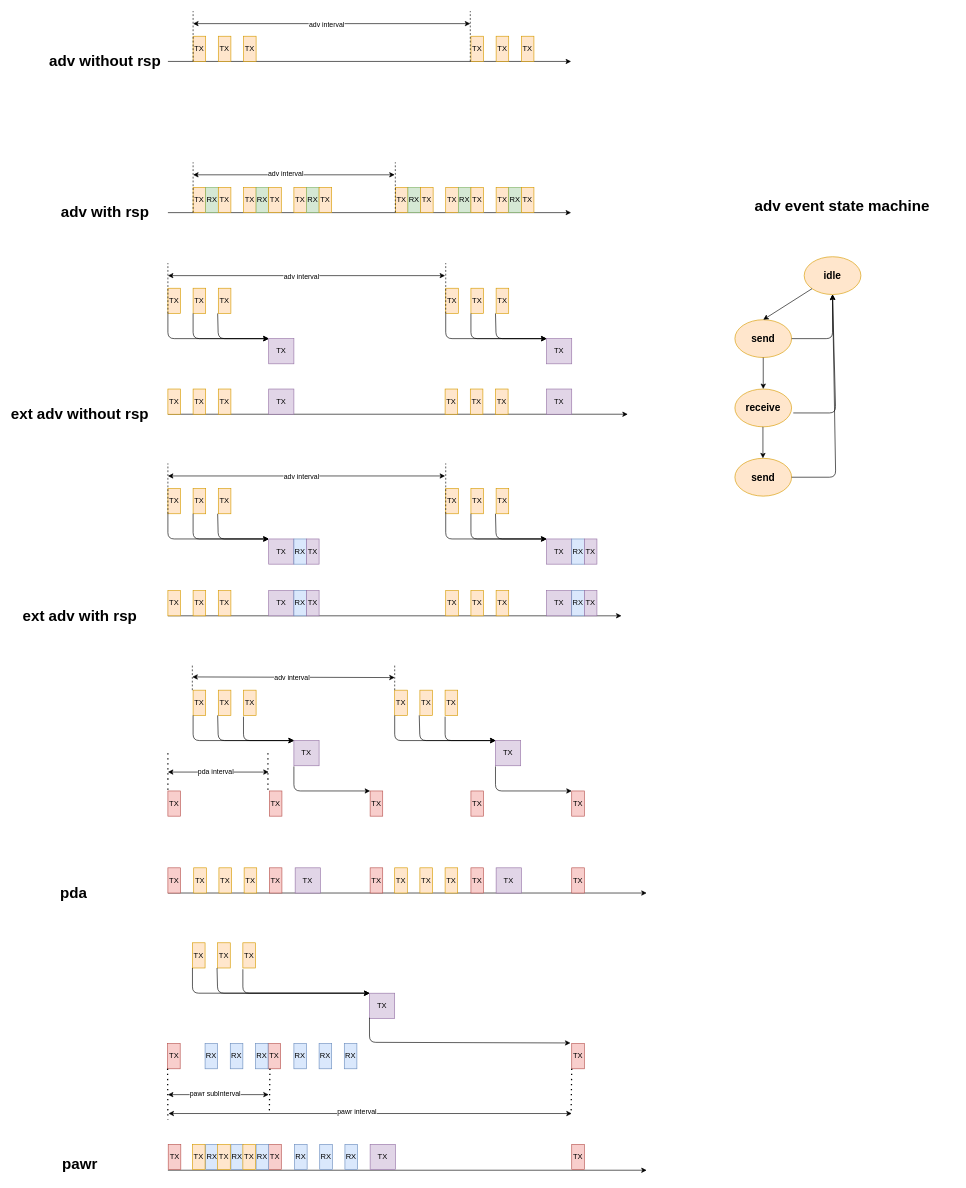
The draw.io diagram system/ble/controller/ll/module/adv/adv.drawio in Coy681/tx_ble, before the edit. Source tidied: cells renumbered, new cells numbered last; positions are measured from the earlier drawing's top-left corner, leaving out a move shared by most shapes. Both pictures are drawn from the tidied source at 63%, with x=0, y=0 at pixel (42, 11).
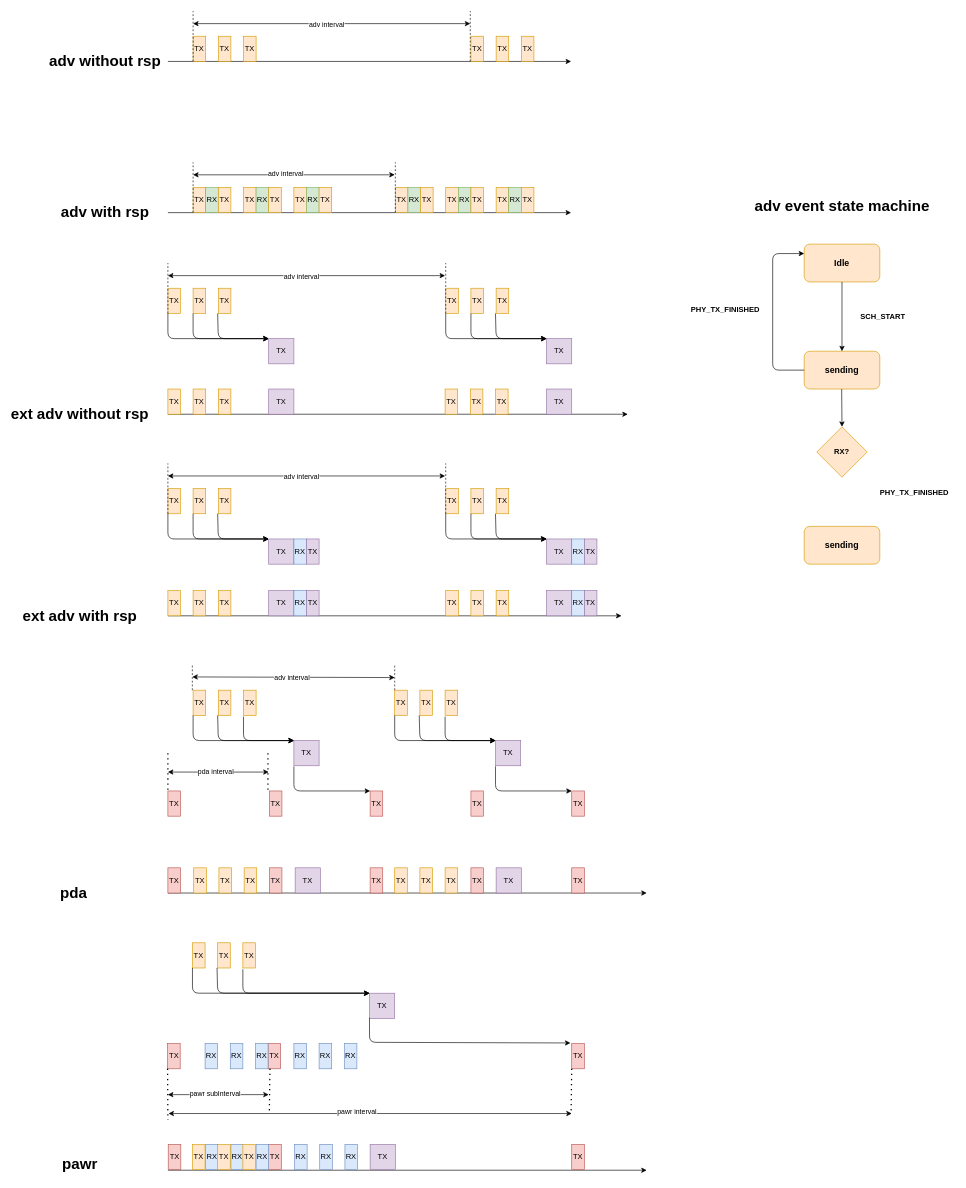
Above is the later version.

Diff of the diagram source:
```diff
@@
-    <mxCell id="185" value="idle" style="ellipse;whiteSpace=wrap;html=1;fillColor=#ffe6cc;strokeColor=#d79b00;fontStyle=1;fontSize=16;" parent="1" vertex="1">
-      <mxGeometry x="1210" y="390" width="90" height="60" as="geometry" />
-    </mxCell>
@@
-    <mxCell id="187" value="send" style="ellipse;whiteSpace=wrap;html=1;fillColor=#ffe6cc;strokeColor=#d79b00;fontStyle=1;fontSize=16;" parent="1" vertex="1">
-      <mxGeometry x="1100" y="490" width="90" height="60" as="geometry" />
-    </mxCell>
-    <mxCell id="188" value="receive" style="ellipse;whiteSpace=wrap;html=1;fillColor=#ffe6cc;strokeColor=#d79b00;fontStyle=1;fontSize=16;" parent="1" vertex="1">
-      <mxGeometry x="1100" y="600" width="90" height="60" as="geometry" />
-    </mxCell>
-    <mxCell id="189" value="send" style="ellipse;whiteSpace=wrap;html=1;fillColor=#ffe6cc;strokeColor=#d79b00;fontStyle=1;fontSize=16;" parent="1" vertex="1">
-      <mxGeometry x="1100" y="710" width="90" height="60" as="geometry" />
-    </mxCell>
-    <mxCell id="190" style="endArrow=classic;html=1;entryX=0.5;entryY=0;entryDx=0;entryDy=0;" parent="1" edge="1" source="185" target="187">
-      <mxGeometry relative="1" as="geometry" />
-    </mxCell>
-    <mxCell id="191" style="endArrow=classic;html=1;entryX=0.5;entryY=0;entryDx=0;entryDy=0;exitX=0.5;exitY=1;exitDx=0;exitDy=0;" parent="1" edge="1" source="187" target="188">
-      <mxGeometry relative="1" as="geometry" />
-    </mxCell>
-    <mxCell id="192" style="endArrow=classic;html=1;entryX=0.5;entryY=0;entryDx=0;entryDy=0;exitX=0.5;exitY=1;exitDx=0;exitDy=0;" parent="1" edge="1">
-      <mxGeometry relative="1" as="geometry">
-        <mxPoint x="1144.5" y="660" as="sourcePoint" />
-        <mxPoint x="1144.5" y="710" as="targetPoint" />
-      </mxGeometry>
-    </mxCell>
-    <mxCell id="193" style="endArrow=classic;html=1;entryX=0.5;entryY=1;entryDx=0;entryDy=0;" parent="1" edge="1" source="189" target="185">
-      <mxGeometry relative="1" as="geometry">
-        <Array as="points">
-          <mxPoint x="1260" y="740" />
-        </Array>
-      </mxGeometry>
-    </mxCell>
-    <mxCell id="194" style="endArrow=classic;html=1;exitX=1;exitY=0.5;exitDx=0;exitDy=0;entryX=0.5;entryY=1;entryDx=0;entryDy=0;" parent="1" edge="1" source="187" target="185">
-      <mxGeometry relative="1" as="geometry">
-        <Array as="points">
-          <mxPoint x="1255" y="520" />
-        </Array>
-      </mxGeometry>
-    </mxCell>
-    <mxCell id="195" style="endArrow=classic;html=1;entryX=0.5;entryY=1;entryDx=0;entryDy=0;exitX=1.03;exitY=0.633;exitDx=0;exitDy=0;exitPerimeter=0;" parent="1" edge="1" source="188" target="185">
-      <mxGeometry relative="1" as="geometry">
-        <Array as="points">
-          <mxPoint x="1260" y="638" />
-        </Array>
-      </mxGeometry>
+    <mxCell id="195" value="Idle" style="rounded=1;whiteSpace=wrap;html=1;fillColor=#ffe6cc;strokeColor=#d79b00;fontStyle=1;fontSize=14;" parent="1" vertex="1">
+      <mxGeometry x="1210" y="370" width="120" height="60" as="geometry" />
     </mxCell>
+    <mxCell id="196" value="sending" style="rounded=1;whiteSpace=wrap;html=1;fillColor=#ffe6cc;strokeColor=#d79b00;fontStyle=1;fontSize=14;" parent="1" vertex="1">
+      <mxGeometry x="1210" y="540" width="120" height="60" as="geometry" />
+    </mxCell>
+    <mxCell id="197" style="endArrow=classic;html=1;exitX=0.5;exitY=1;exitDx=0;exitDy=0;entryX=0.5;entryY=0;entryDx=0;entryDy=0;" parent="1" edge="1" source="195" target="196">
+      <mxGeometry relative="1" as="geometry" />
+    </mxCell>
+    <mxCell id="198" value="SCH_START" style="text;html=1;align=center;verticalAlign=middle;whiteSpace=wrap;rounded=0;fontStyle=1;" parent="1" vertex="1">
+      <mxGeometry x="1290" y="470" width="90" height="30" as="geometry" />
+    </mxCell>
+    <mxCell id="199" value="sending" style="rounded=1;whiteSpace=wrap;html=1;fillColor=#ffe6cc;strokeColor=#d79b00;fontStyle=1;fontSize=14;" parent="1" vertex="1">
+      <mxGeometry x="1210" y="818" width="120" height="60" as="geometry" />
+    </mxCell>
+    <mxCell id="200" style="endArrow=classic;html=1;exitX=0.5;exitY=1;exitDx=0;exitDy=0;" parent="1" edge="1">
+      <mxGeometry relative="1" as="geometry">
+        <mxPoint x="1269.5" y="600" as="sourcePoint" />
+        <mxPoint x="1270" y="660" as="targetPoint" />
+      </mxGeometry>
+    </mxCell>
+    <mxCell id="201" value="PHY_TX_FINISHED" style="text;html=1;align=center;verticalAlign=middle;whiteSpace=wrap;rounded=0;fontStyle=1;" parent="1" vertex="1">
+      <mxGeometry x="1340" y="750" width="90" height="30" as="geometry" />
+    </mxCell>
+    <mxCell id="202" style="endArrow=classic;html=1;exitX=0;exitY=0.5;exitDx=0;exitDy=0;entryX=0;entryY=0.25;entryDx=0;entryDy=0;" parent="1" edge="1" source="196" target="195">
+      <mxGeometry relative="1" as="geometry">
+        <Array as="points">
+          <mxPoint x="1160" y="570" />
+          <mxPoint x="1160" y="385" />
+        </Array>
+      </mxGeometry>
+    </mxCell>
+    <mxCell id="203" value="PHY_TX_FINISHED" style="text;html=1;align=center;verticalAlign=middle;whiteSpace=wrap;rounded=0;fontStyle=1;" parent="1" vertex="1">
+      <mxGeometry x="1040" y="460" width="90" height="30" as="geometry" />
+    </mxCell>
+    <mxCell id="204" value="RX?" style="rhombus;whiteSpace=wrap;html=1;fillColor=#ffe6cc;strokeColor=#d79b00;fontStyle=1;" parent="1" vertex="1">
+      <mxGeometry x="1230" y="660" width="80" height="80" as="geometry" />
+    </mxCell>
```
